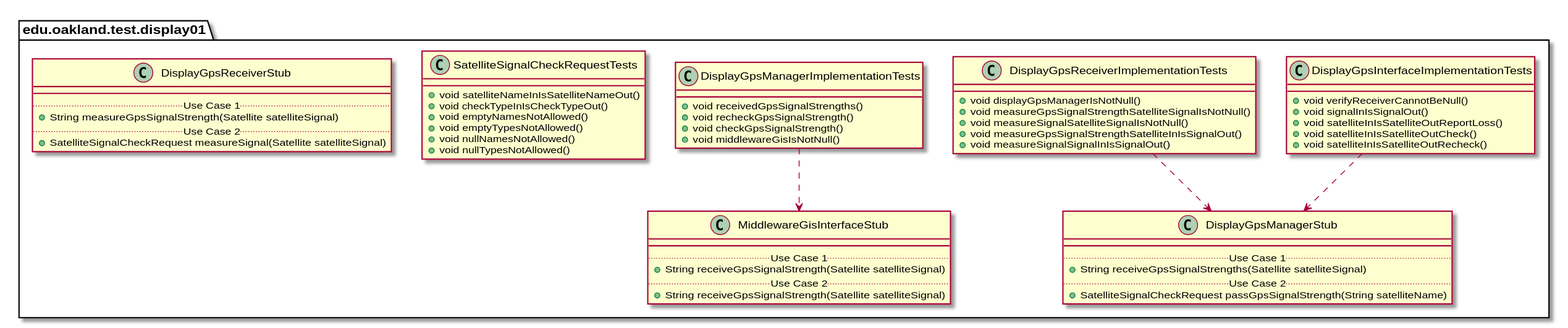
andrewdimmer/csi-3370-software-project keeps this PlantUML diagram as docs/uml-class-diagrams/display01/test/Display01TestPackage_InternalDependencies.svg. Above is the earlier version.
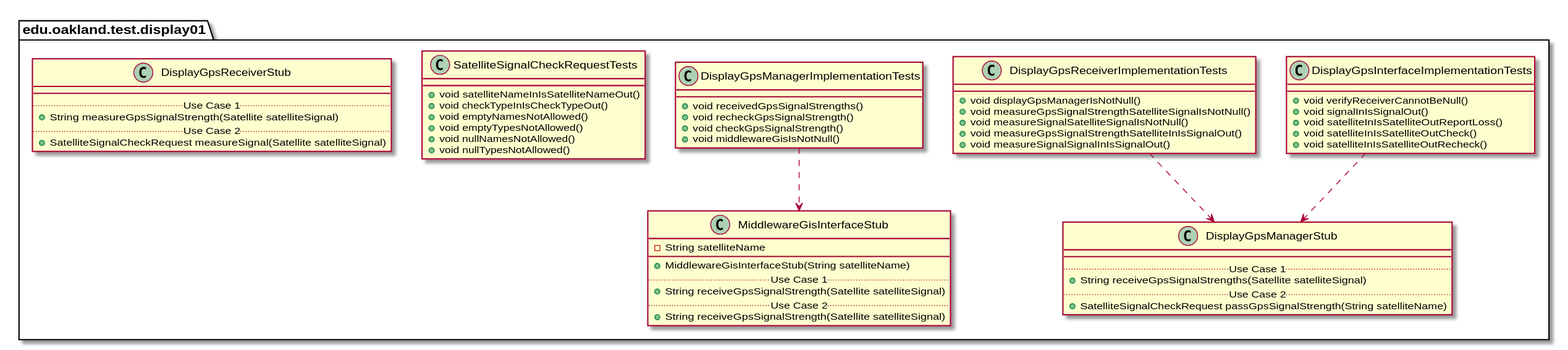
Above is the later version.

Diff of the diagram source:
```diff
@@ -55,7 +55,9 @@
 
 package edu.oakland.test.display01 {
     class MiddlewareGisInterfaceStub {
+        - String satelliteName
         __
+        + MiddlewareGisInterfaceStub(String satelliteName)
         .. Use Case 1 ..
         + String receiveGpsSignalStrength(Satellite satelliteSignal)
         .. Use Case 2 ..
```
